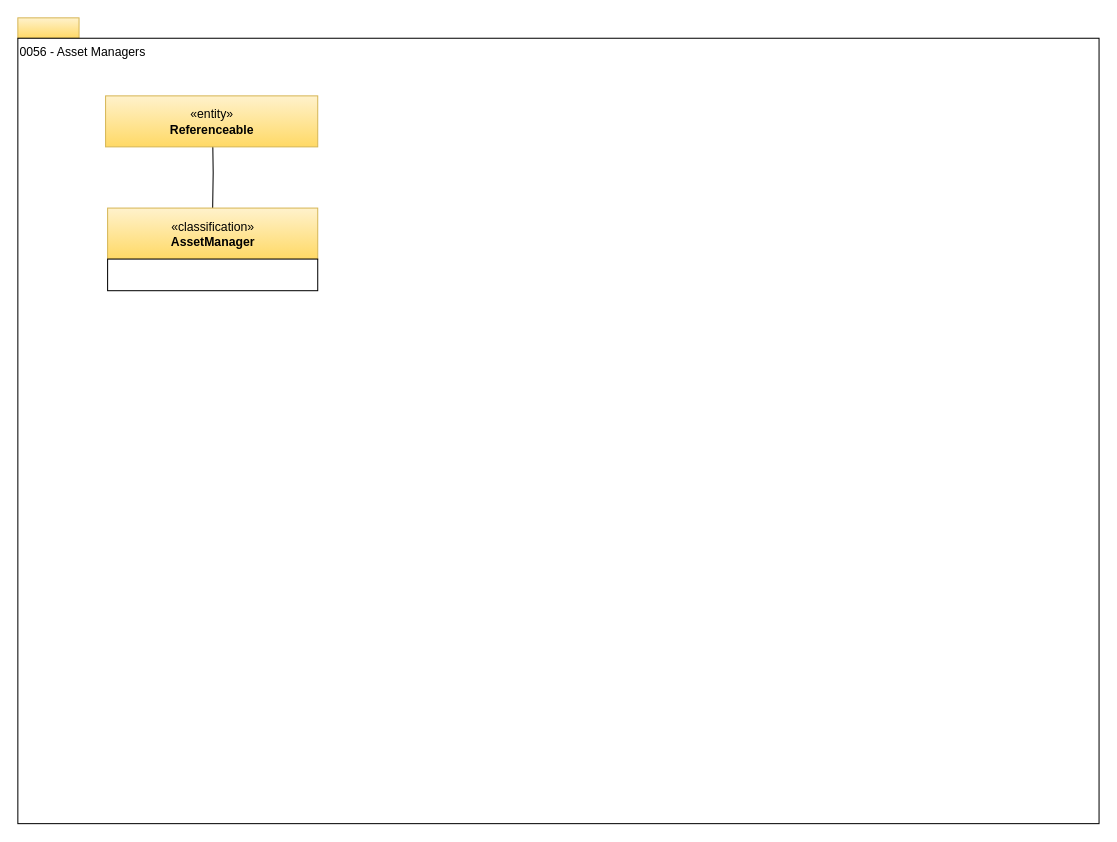
The draw.io diagram page "0056-Asset-Managers" (18 of 21) of open-metadata-publication/website/open-metadata-types/area-0-basic-types-and-infrastructure.drawio in odpi/egeria, before the edit. Source tidied: cells renumbered, new cells numbered last; positions are measured from the earlier drawing's top-left corner, leaving out a move shared by most shapes. Both pictures are drawn from the tidied source at 102%, with x=0, y=0 at pixel (17, 17).
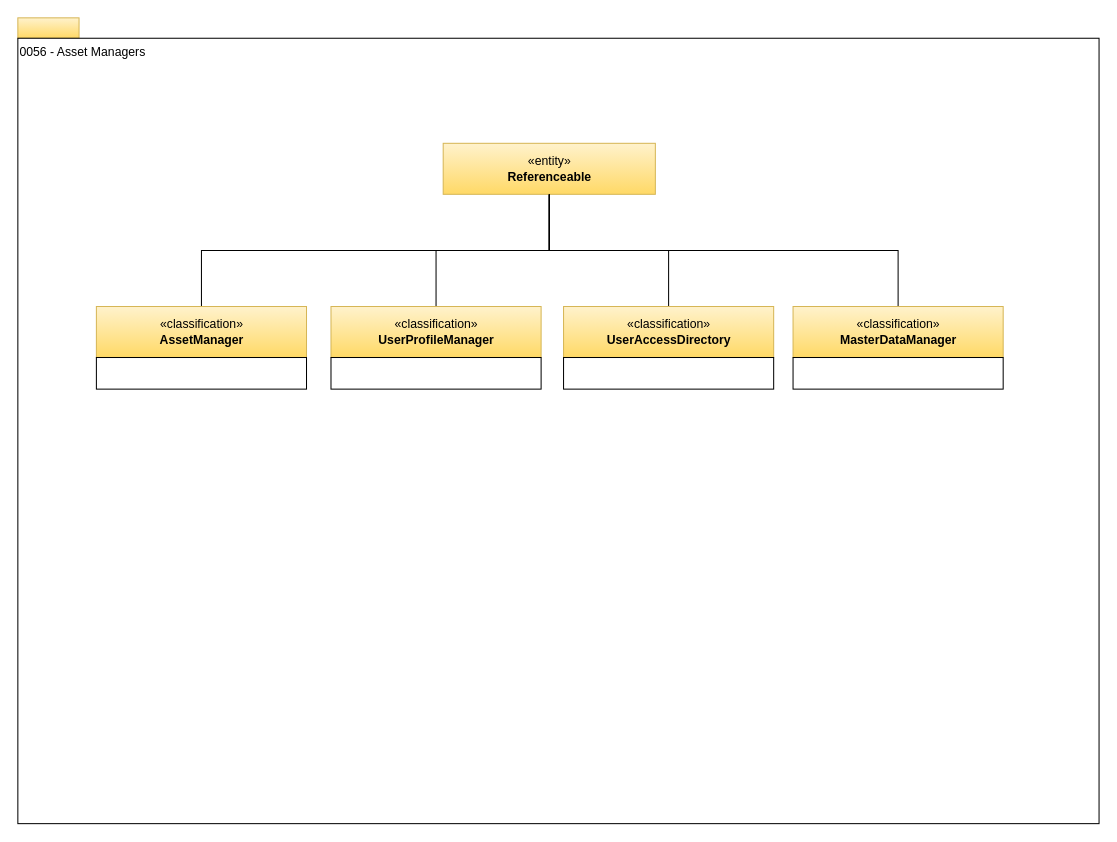
The same page after the edit.

The edit, as a diff of the source:
```diff
@@
 <mxGraphModel>
   <root>
     <mxCell id="0" />
     <mxCell id="1" parent="0" />
     <mxCell id="2" style="rounded=0;whiteSpace=wrap;html=1;align=left;fillColor=#fff2cc;strokeColor=#d6b656;gradientColor=#ffd966;" parent="1" vertex="1">
       <mxGeometry width="60" height="20" as="geometry" />
     </mxCell>
     <mxCell id="3" value="0056 - Asset Managers" style="rounded=0;whiteSpace=wrap;html=1;align=left;verticalAlign=top;" parent="1" vertex="1">
       <mxGeometry y="20" width="1060" height="770" as="geometry" />
     </mxCell>
-    <mxCell id="4" style="edgeStyle=orthogonalEdgeStyle;rounded=0;html=1;endArrow=none;endFill=0;jettySize=auto;" parent="1" edge="1" target="5">
-      <mxGeometry relative="1" as="geometry">
-        <mxPoint x="191" y="115.5" as="sourcePoint" />
-      </mxGeometry>
+    <mxCell id="4" style="edgeStyle=orthogonalEdgeStyle;rounded=0;html=1;endArrow=none;endFill=0;jettySize=auto;exitX=0.5;exitY=1;exitDx=0;exitDy=0;" parent="1" edge="1" source="7" target="5">
+      <mxGeometry relative="1" as="geometry" />
     </mxCell>
     <mxCell id="5" value="«classification»&lt;br&gt;&lt;b&gt;AssetManager&lt;/b&gt;" style="html=1;strokeColor=#d6b656;align=center;fillColor=#fff2cc;gradientColor=#ffd966;" parent="1" vertex="1">
-      <mxGeometry x="88" y="186.5" width="206" height="50" as="geometry" />
+      <mxGeometry x="77" y="283" width="206" height="50" as="geometry" />
     </mxCell>
     <mxCell id="6" style="rounded=0;whiteSpace=wrap;html=1;strokeColor=#000000;gradientColor=#ffffff;align=center;" parent="1" vertex="1">
-      <mxGeometry x="88" y="236.5" width="206" height="31" as="geometry" />
+      <mxGeometry x="77" y="333" width="206" height="31" as="geometry" />
     </mxCell>
     <mxCell id="7" value="«entity»&lt;br&gt;&lt;b&gt;Referenceable&lt;/b&gt;" style="html=1;strokeColor=#d6b656;align=center;fillColor=#fff2cc;gradientColor=#ffd966;" parent="1" vertex="1">
-      <mxGeometry x="86" y="76.5" width="208" height="50" as="geometry" />
+      <mxGeometry x="417" y="123" width="208" height="50" as="geometry" />
     </mxCell>
+    <mxCell id="8" style="edgeStyle=orthogonalEdgeStyle;rounded=0;html=1;endArrow=none;endFill=0;jettySize=auto;exitX=0.5;exitY=1;exitDx=0;exitDy=0;" parent="1" edge="1" source="7" target="9">
+      <mxGeometry relative="1" as="geometry" />
+    </mxCell>
+    <mxCell id="9" value="«classification»&lt;br&gt;&lt;b&gt;UserProfileManager&lt;/b&gt;" style="html=1;strokeColor=#d6b656;align=center;fillColor=#fff2cc;gradientColor=#ffd966;" parent="1" vertex="1">
+      <mxGeometry x="307" y="283" width="206" height="50" as="geometry" />
+    </mxCell>
+    <mxCell id="10" style="rounded=0;whiteSpace=wrap;html=1;strokeColor=#000000;gradientColor=#ffffff;align=center;" parent="1" vertex="1">
+      <mxGeometry x="307" y="333" width="206" height="31" as="geometry" />
+    </mxCell>
+    <mxCell id="11" style="edgeStyle=orthogonalEdgeStyle;rounded=0;html=1;endArrow=none;endFill=0;jettySize=auto;exitX=0.5;exitY=1;exitDx=0;exitDy=0;" parent="1" edge="1" source="7" target="12">
+      <mxGeometry relative="1" as="geometry" />
+    </mxCell>
+    <mxCell id="12" value="«classification»&lt;br&gt;&lt;b&gt;UserAccessDirectory&lt;/b&gt;" style="html=1;strokeColor=#d6b656;align=center;fillColor=#fff2cc;gradientColor=#ffd966;" parent="1" vertex="1">
+      <mxGeometry x="535" y="283" width="206" height="50" as="geometry" />
+    </mxCell>
+    <mxCell id="13" style="rounded=0;whiteSpace=wrap;html=1;strokeColor=#000000;gradientColor=#ffffff;align=center;" parent="1" vertex="1">
+      <mxGeometry x="535" y="333" width="206" height="31" as="geometry" />
+    </mxCell>
+    <mxCell id="14" style="edgeStyle=orthogonalEdgeStyle;rounded=0;html=1;endArrow=none;endFill=0;jettySize=auto;exitX=0.5;exitY=1;exitDx=0;exitDy=0;" parent="1" edge="1" source="7" target="15">
+      <mxGeometry relative="1" as="geometry" />
+    </mxCell>
+    <mxCell id="15" value="«classification»&lt;br&gt;&lt;b&gt;MasterDataManager&lt;/b&gt;" style="html=1;strokeColor=#d6b656;align=center;fillColor=#fff2cc;gradientColor=#ffd966;" parent="1" vertex="1">
+      <mxGeometry x="760" y="283" width="206" height="50" as="geometry" />
+    </mxCell>
+    <mxCell id="16" style="rounded=0;whiteSpace=wrap;html=1;strokeColor=#000000;gradientColor=#ffffff;align=center;" parent="1" vertex="1">
+      <mxGeometry x="760" y="333" width="206" height="31" as="geometry" />
+    </mxCell>
   </root>
 </mxGraphModel>
```
